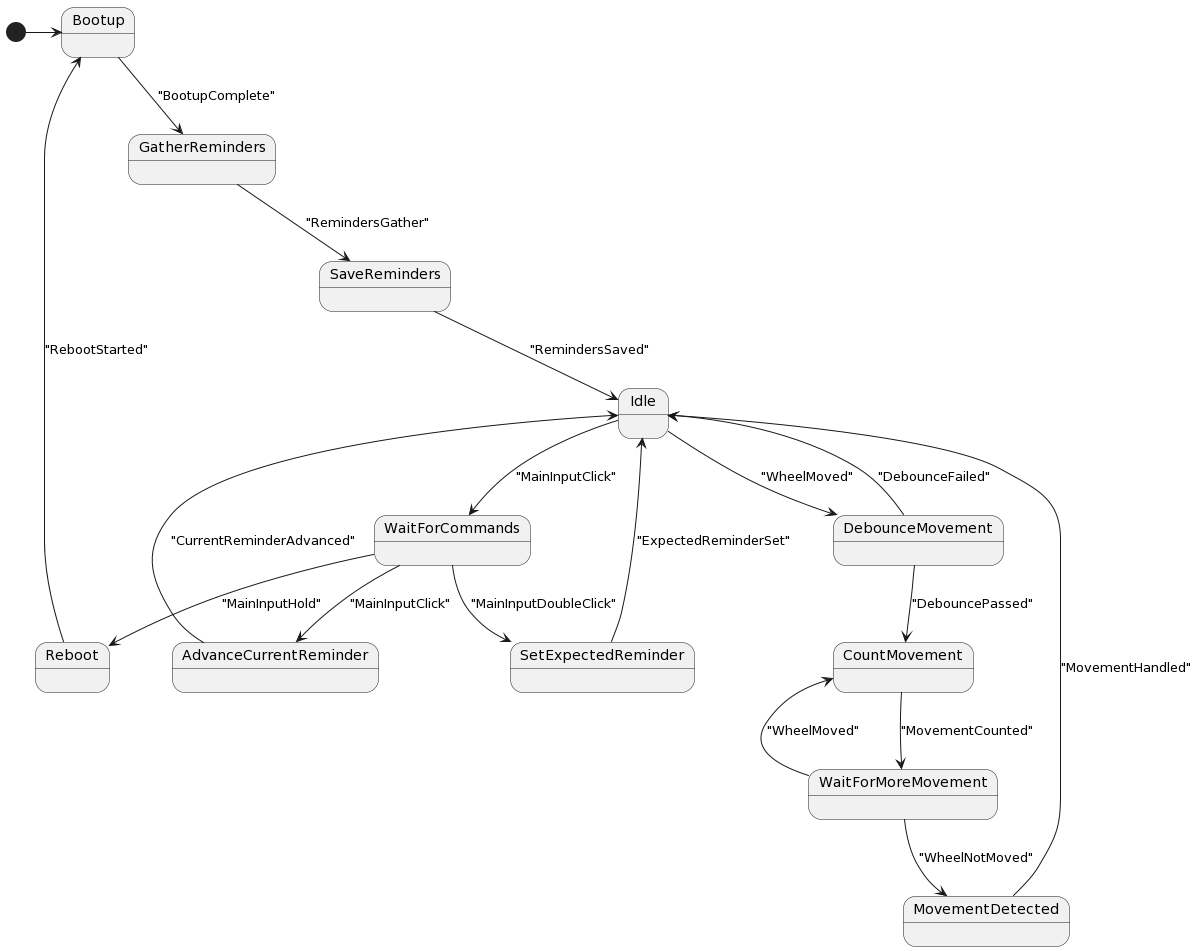
This is docs/state-machine-planttext.uml.png from eejai42/med-reminder, a PlantUML export, as it was before one commit.
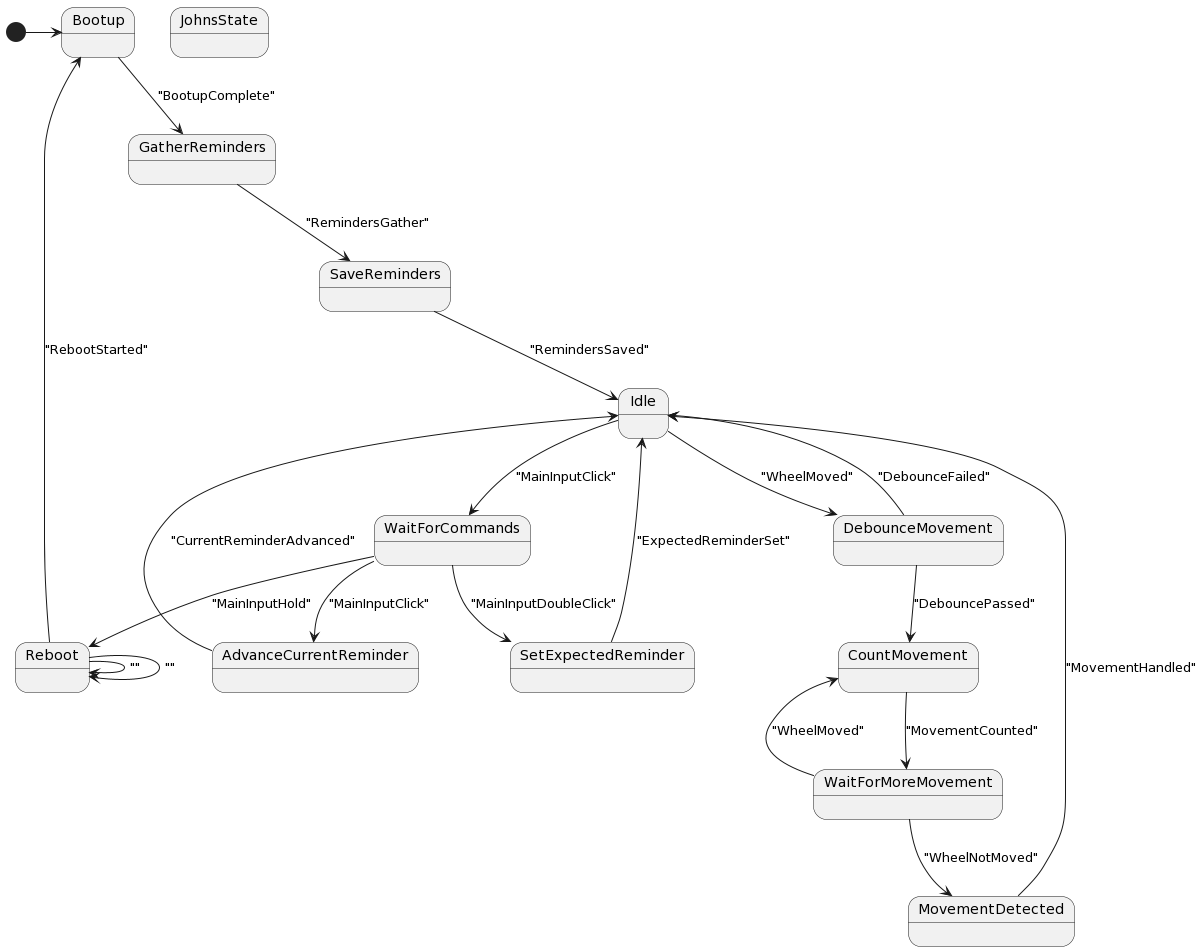
The same file after the commit.

Diff of the diagram source:
```diff
@@ -12,6 +12,7 @@
 state SaveReminders
 state DebounceMovement
 state SetExpectedReminder
+state JohnsState
 
 AdvanceCurrentReminder --> Idle : "CurrentReminderAdvanced"
 
@@ -28,6 +29,8 @@
 WaitForCommands --> Reboot : "MainInputHold"
 
 Reboot --> Bootup : "RebootStarted"
+
+Reboot --> Reboot : ""
 
 WaitForMoreMovement --> CountMovement : "WheelMoved"
 
@@ -46,4 +49,6 @@
 DebounceMovement --> Idle : "DebounceFailed"
 
 SetExpectedReminder --> Idle : "ExpectedReminderSet"
+
+Reboot --> Reboot : ""
 @enduml
```
